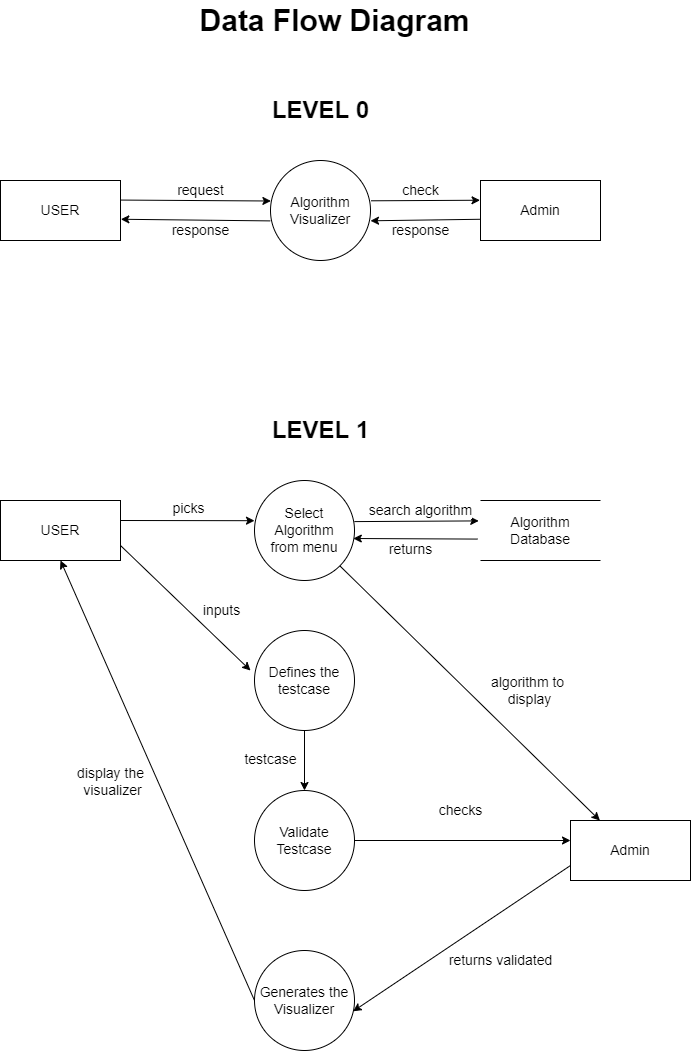
Mitansh007/SE keeps this draw.io diagram as Data Flow Diagram.drawio.png. Above is the earlier version. Source tidied: cells renumbered, new cells last; positions are measured from the earlier drawing's top-left corner, leaving out a move shared by most shapes.
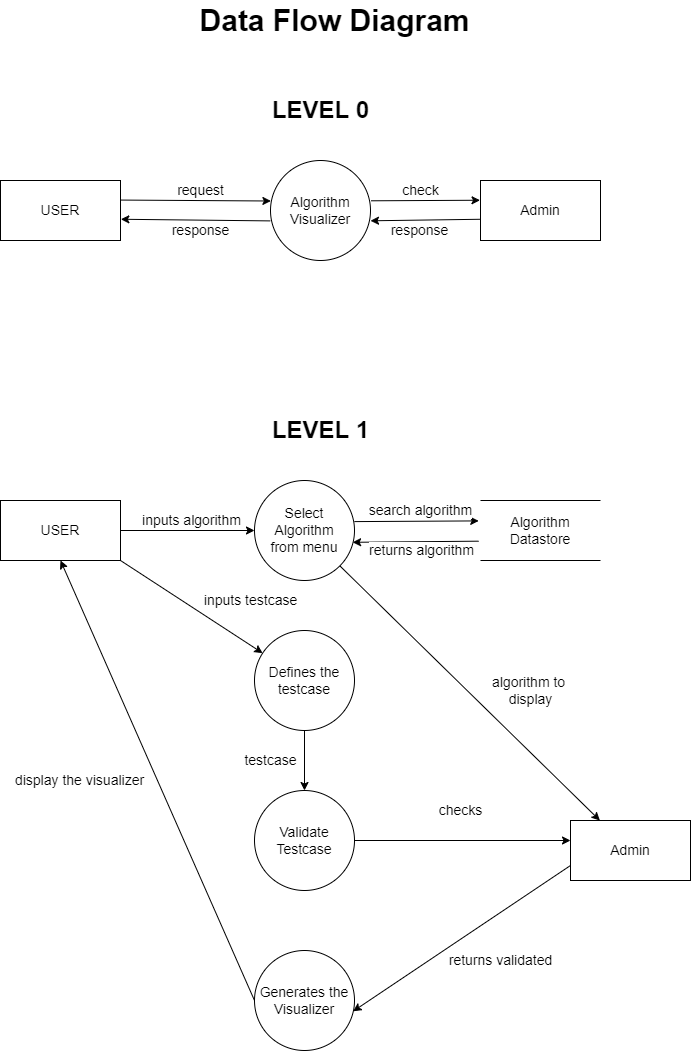
After the commit.

Change to the diagram source:
```diff
@@ -8,12 +8,9 @@
     <mxCell id="3" value="&lt;span style=&quot;&quot;&gt;Select Algorithm&lt;br&gt;from menu&lt;br&gt;&lt;/span&gt;" style="ellipse;whiteSpace=wrap;html=1;fontSize=14;" parent="1" vertex="1">
       <mxGeometry x="254" y="480" width="100" height="100" as="geometry" />
     </mxCell>
-    <mxCell id="4" value="Algorithm Database" style="shape=partialRectangle;whiteSpace=wrap;html=1;left=0;right=0;fillColor=none;fontSize=14;" parent="1" vertex="1">
+    <mxCell id="4" value="Algorithm&lt;br&gt;Datastore" style="shape=partialRectangle;whiteSpace=wrap;html=1;left=0;right=0;fillColor=none;fontSize=14;" parent="1" vertex="1">
       <mxGeometry x="480" y="500" width="120" height="60" as="geometry" />
     </mxCell>
-    <mxCell id="5" value="returns" style="endArrow=classic;html=1;rounded=0;fontSize=14;exitX=-0.023;exitY=0.643;exitDx=0;exitDy=0;entryX=0.988;entryY=0.58;entryDx=0;entryDy=0;exitPerimeter=0;entryPerimeter=0;" parent="1" edge="1" source="4" target="3">
-      <mxGeometry x="0.08" y="11" relative="1" as="geometry" />
-    </mxCell>
     <mxCell id="6" value="USER" style="rounded=0;whiteSpace=wrap;html=1;fontSize=14;" parent="1" vertex="1">
       <mxGeometry y="180" width="120" height="60" as="geometry" />
     </mxCell>
@@ -23,12 +20,6 @@
     <mxCell id="8" value="LEVEL 1" style="text;strokeColor=none;fillColor=none;html=1;fontSize=24;fontStyle=1;verticalAlign=middle;align=center;" parent="1" vertex="1">
       <mxGeometry x="270" y="410" width="100" height="40" as="geometry" />
     </mxCell>
-    <mxCell id="9" value="inputs" style="endArrow=classic;html=1;rounded=0;fontSize=14;exitX=1;exitY=0.75;exitDx=0;exitDy=0;" parent="1" edge="1" source="2">
-      <mxGeometry x="0.3" y="22" relative="1" as="geometry">
-        <mxPoint x="250" y="670" as="targetPoint" />
-        <mxPoint x="1" as="offset" />
-      </mxGeometry>
-    </mxCell>
     <mxCell id="10" value="testcase" style="edgeStyle=orthogonalEdgeStyle;rounded=0;jettySize=auto;html=1;exitX=0.5;exitY=1;exitDx=0;exitDy=0;fontSize=14;" parent="1" edge="1" source="11" target="12">
       <mxGeometry y="-34" relative="1" as="geometry">
         <mxPoint y="-1" as="offset" />
@@ -61,11 +52,6 @@
     <mxCell id="19" value="response" style="endArrow=classic;html=1;rounded=0;fontSize=14;exitX=0.004;exitY=0.646;exitDx=0;exitDy=0;exitPerimeter=0;entryX=1;entryY=0.603;entryDx=0;entryDy=0;entryPerimeter=0;" parent="1" edge="1" source="17" target="14">
       <mxGeometry x="0.1" y="10" relative="1" as="geometry" />
     </mxCell>
-    <mxCell id="20" value="picks" style="endArrow=classic;html=1;rounded=0;fontSize=14;entryX=0;entryY=0.402;entryDx=0;entryDy=0;entryPerimeter=0;" parent="1" edge="1" target="3">
-      <mxGeometry x="0.02" y="12" relative="1" as="geometry">
-        <mxPoint x="120" y="520" as="sourcePoint" />
-      </mxGeometry>
-    </mxCell>
     <mxCell id="21" value="Admin" style="rounded=0;whiteSpace=wrap;html=1;fontSize=14;" parent="1" vertex="1">
       <mxGeometry x="570" y="820" width="120" height="60" as="geometry" />
     </mxCell>
@@ -83,13 +69,24 @@
     <mxCell id="25" value="returns validated" style="endArrow=classic;html=1;rounded=0;fontSize=14;exitX=0;exitY=0.75;exitDx=0;exitDy=0;entryX=0.986;entryY=0.608;entryDx=0;entryDy=0;entryPerimeter=0;" parent="1" edge="1" source="21" target="24">
       <mxGeometry x="-0.15" y="40" relative="1" as="geometry" />
     </mxCell>
+    <mxCell id="27" value="&lt;font style=&quot;font-size: 30px;&quot;&gt;Data Flow Diagram&lt;/font&gt;" style="text;strokeColor=none;fillColor=none;html=1;fontSize=24;fontStyle=1;verticalAlign=middle;align=center;" parent="1" vertex="1">
+      <mxGeometry x="284" width="100" height="40" as="geometry" />
+    </mxCell>
+    <mxCell id="28" value="inputs algorithm" style="endArrow=classic;html=1;rounded=0;exitX=1;exitY=0.5;exitDx=0;exitDy=0;entryX=0;entryY=0.5;entryDx=0;entryDy=0;fontSize=14;" parent="1" edge="1" source="2" target="3">
+      <mxGeometry x="0.04" y="10" relative="1" as="geometry" />
+    </mxCell>
+    <mxCell id="5" value="&lt;font style=&quot;font-size: 14px;&quot;&gt;returns algorithm&lt;/font&gt;" style="endArrow=classic;html=1;rounded=0;exitX=-0.016;exitY=0.678;exitDx=0;exitDy=0;exitPerimeter=0;entryX=0.981;entryY=0.618;entryDx=0;entryDy=0;entryPerimeter=0;" parent="1" edge="1" source="4" target="3">
+      <mxGeometry x="-0.08" y="9" relative="1" as="geometry" />
+    </mxCell>
+    <mxCell id="29" value="inputs testcase" style="endArrow=classic;html=1;rounded=0;fontSize=14;exitX=1;exitY=1;exitDx=0;exitDy=0;" parent="1" edge="1" source="2" target="11">
+      <mxGeometry x="0.54" y="38" relative="1" as="geometry">
+        <mxPoint y="1" as="offset" />
+      </mxGeometry>
+    </mxCell>
-    <mxCell id="26" value="display the&lt;br&gt;&amp;nbsp;visualizer" style="endArrow=classic;html=1;rounded=0;fontSize=14;exitX=0;exitY=0.5;exitDx=0;exitDy=0;entryX=0.5;entryY=1;entryDx=0;entryDy=0;" parent="1" edge="1" source="24" target="2">
-      <mxGeometry x="0.08" y="43" relative="1" as="geometry">
-        <mxPoint y="1" as="offset" />
+    <mxCell id="26" value="display the visualizer" style="endArrow=classic;html=1;rounded=0;fontSize=14;exitX=0;exitY=0.5;exitDx=0;exitDy=0;entryX=0.5;entryY=1;entryDx=0;entryDy=0;" parent="1" edge="1" source="24" target="2">
+      <mxGeometry x="0.13" y="70" relative="1" as="geometry">
+        <mxPoint x="-1" as="offset" />
       </mxGeometry>
     </mxCell>
-    <mxCell id="27" value="&lt;font style=&quot;font-size: 30px;&quot;&gt;Data Flow Diagram&lt;/font&gt;" style="text;strokeColor=none;fillColor=none;html=1;fontSize=24;fontStyle=1;verticalAlign=middle;align=center;" parent="1" vertex="1">
-      <mxGeometry x="284" width="100" height="40" as="geometry" />
-    </mxCell>
   </root>
 </mxGraphModel>
```
